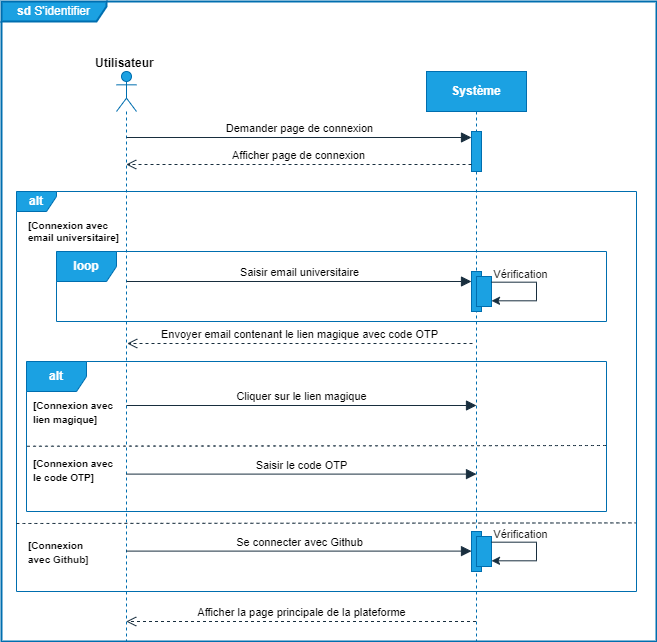
This is docs/images/chp3/fig6.png from undrstnd-labs/education, a draw.io export, as it was before one commit. Source tidied: cells renumbered, new cells last; positions are measured from the earlier drawing's top-left corner, leaving out a move shared by most shapes.
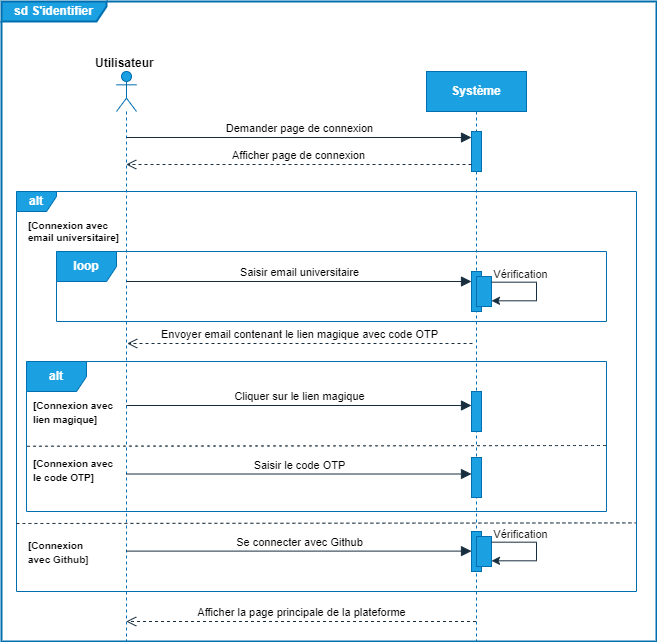
Above is the later version.

Diff of the diagram source:
```diff
@@ -2,7 +2,7 @@
   <root>
     <mxCell id="0" />
     <mxCell id="1" parent="0" />
-    <mxCell id="2" value="&lt;b&gt;sd &lt;/b&gt;S'identifier" style="shape=umlFrame;whiteSpace=wrap;html=1;width=105;height=20;labelBackgroundColor=none;fillColor=#1ba1e2;strokeColor=#006EAF;fontColor=#ffffff;strokeWidth=2;" parent="1" vertex="1">
+    <mxCell id="2" value="&lt;b&gt;sd S'identifier&lt;/b&gt;" style="shape=umlFrame;whiteSpace=wrap;html=1;width=105;height=20;labelBackgroundColor=none;fillColor=#1ba1e2;strokeColor=#006EAF;fontColor=#ffffff;strokeWidth=2;" parent="1" vertex="1">
       <mxGeometry width="655" height="640" as="geometry" />
     </mxCell>
     <mxCell id="3" style="shape=umlLifeline;perimeter=lifelinePerimeter;whiteSpace=wrap;html=1;newEdgeStyle={&quot;curved&quot;:0,&quot;rounded&quot;:0};participant=umlActor;labelBackgroundColor=none;fillColor=#1ba1e2;strokeColor=#006EAF;fontColor=#ffffff;" parent="1" vertex="1">
@@ -85,16 +85,14 @@
     <mxCell id="21" value="&lt;b style=&quot;color: rgb(0, 0, 0); font-family: Helvetica; font-size: 10px; font-style: normal; font-variant-ligatures: normal; font-variant-caps: normal; letter-spacing: normal; orphans: 2; text-align: center; text-indent: 0px; text-transform: none; widows: 2; word-spacing: 0px; -webkit-text-stroke-width: 0px; white-space: nowrap; text-decoration-thickness: initial; text-decoration-style: initial; text-decoration-color: initial;&quot;&gt;[Connexion avec&lt;/b&gt;&lt;div&gt;&lt;b style=&quot;color: rgb(0, 0, 0); font-family: Helvetica; font-size: 10px; font-style: normal; font-variant-ligatures: normal; font-variant-caps: normal; letter-spacing: normal; orphans: 2; text-align: center; text-indent: 0px; text-transform: none; widows: 2; word-spacing: 0px; -webkit-text-stroke-width: 0px; white-space: nowrap; text-decoration-thickness: initial; text-decoration-style: initial; text-decoration-color: initial;&quot;&gt;le code OTP]&lt;/b&gt;&lt;/div&gt;" style="text;whiteSpace=wrap;html=1;labelBackgroundColor=none;fontColor=#1A1A1A;" parent="1" vertex="1">
       <mxGeometry x="30" y="448" width="90" height="50" as="geometry" />
     </mxCell>
-    <mxCell id="22" value="&lt;span style=&quot;font-size: 11px;&quot;&gt;Cliquer sur le lien magique&lt;/span&gt;" style="html=1;verticalAlign=bottom;endArrow=block;curved=0;rounded=0;fontSize=12;startSize=8;endSize=8;labelBackgroundColor=none;strokeColor=#182E3E;fontColor=default;" parent="1" edge="1">
+    <mxCell id="22" value="&lt;span style=&quot;font-size: 11px;&quot;&gt;Cliquer sur le lien magique&lt;/span&gt;" style="html=1;verticalAlign=bottom;endArrow=block;curved=0;rounded=0;fontSize=12;startSize=8;endSize=8;labelBackgroundColor=none;strokeColor=#182E3E;fontColor=default;" parent="1" edge="1" target="32">
       <mxGeometry relative="1" as="geometry">
         <mxPoint x="125" y="404" as="sourcePoint" />
-        <mxPoint x="475" y="404" as="targetPoint" />
       </mxGeometry>
     </mxCell>
-    <mxCell id="23" value="&lt;span style=&quot;font-size: 11px;&quot;&gt;Saisir le code OTP&lt;/span&gt;" style="html=1;verticalAlign=bottom;endArrow=block;curved=0;rounded=0;fontSize=12;startSize=8;endSize=8;labelBackgroundColor=none;strokeColor=#182E3E;fontColor=default;" parent="1" edge="1">
+    <mxCell id="23" value="&lt;span style=&quot;font-size: 11px;&quot;&gt;Saisir le code OTP&lt;/span&gt;" style="html=1;verticalAlign=bottom;endArrow=block;curved=0;rounded=0;fontSize=12;startSize=8;endSize=8;labelBackgroundColor=none;strokeColor=#182E3E;fontColor=default;" parent="1" edge="1" target="33">
       <mxGeometry relative="1" as="geometry">
-        <mxPoint x="125" y="472.6" as="sourcePoint" />
-        <mxPoint x="475" y="472.6" as="targetPoint" />
+        <mxPoint x="125" y="472.5" as="sourcePoint" />
       </mxGeometry>
     </mxCell>
     <mxCell id="24" style="endArrow=none;dashed=1;html=1;rounded=0;fontSize=12;startSize=8;endSize=8;curved=1;entryX=0.999;entryY=0.876;entryDx=0;entryDy=0;entryPerimeter=0;exitX=0.001;exitY=0.565;exitDx=0;exitDy=0;exitPerimeter=0;labelBackgroundColor=none;strokeColor=#182E3E;fontColor=default;" parent="1" edge="1">
@@ -138,5 +136,11 @@
         <mxPoint x="124.7" y="620" as="targetPoint" />
       </mxGeometry>
     </mxCell>
+    <mxCell id="32" style="html=1;points=[[0,0,0,0,5],[0,1,0,0,-5],[1,0,0,0,5],[1,1,0,0,-5]];perimeter=orthogonalPerimeter;outlineConnect=0;targetShapes=umlLifeline;portConstraint=eastwest;newEdgeStyle={&quot;curved&quot;:0,&quot;rounded&quot;:0};labelBackgroundColor=none;fillColor=#1ba1e2;strokeColor=#006EAF;fontColor=#ffffff;" parent="1" vertex="1">
+      <mxGeometry x="470" y="390" width="10" height="40" as="geometry" />
+    </mxCell>
+    <mxCell id="33" style="html=1;points=[[0,0,0,0,5],[0,1,0,0,-5],[1,0,0,0,5],[1,1,0,0,-5]];perimeter=orthogonalPerimeter;outlineConnect=0;targetShapes=umlLifeline;portConstraint=eastwest;newEdgeStyle={&quot;curved&quot;:0,&quot;rounded&quot;:0};labelBackgroundColor=none;fillColor=#1ba1e2;strokeColor=#006EAF;fontColor=#ffffff;" parent="1" vertex="1">
+      <mxGeometry x="470" y="456" width="10" height="40" as="geometry" />
+    </mxCell>
   </root>
 </mxGraphModel>
```
